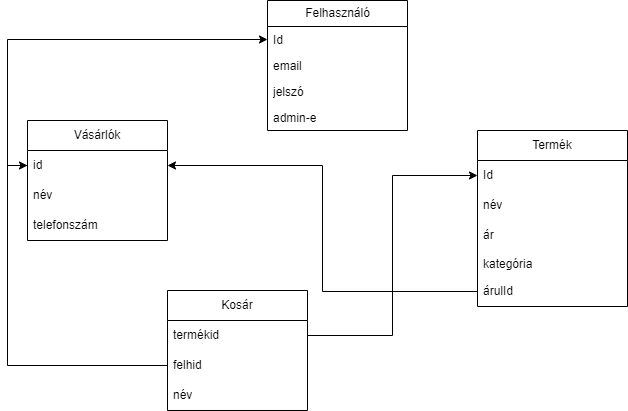
The draw.io diagram adatbazisterv.drawio.png in NoSignificantFrustration/RF1, before a commit. Source tidied: cells renumbered, new cells last; positions are measured from the earlier drawing's top-left corner, leaving out a move shared by most shapes.
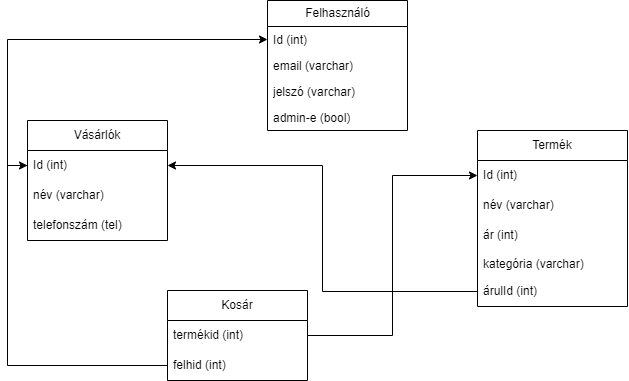
The same diagram one commit later.

Commit message:
mezőtípusok megadva

What changed in the source:
```diff
@@ -5,60 +5,57 @@
     <mxCell id="2" value="Termék" style="swimlane;fontStyle=0;horizontal=1;startSize=30;whiteSpace=wrap;html=1;" parent="1" vertex="1">
       <mxGeometry x="450" y="130" width="150" height="176" as="geometry" />
     </mxCell>
-    <mxCell id="3" value="Id" style="text;strokeColor=none;fillColor=none;align=left;verticalAlign=middle;spacingLeft=4;spacingRight=4;overflow=hidden;points=[[0,0.5],[1,0.5]];portConstraint=eastwest;whiteSpace=wrap;html=1;" parent="2" vertex="1">
+    <mxCell id="3" value="Id (int)" style="text;strokeColor=none;fillColor=none;align=left;verticalAlign=middle;spacingLeft=4;spacingRight=4;overflow=hidden;points=[[0,0.5],[1,0.5]];portConstraint=eastwest;whiteSpace=wrap;html=1;" parent="2" vertex="1">
       <mxGeometry y="30" width="150" height="30" as="geometry" />
     </mxCell>
-    <mxCell id="4" value="név" style="text;strokeColor=none;fillColor=none;align=left;verticalAlign=middle;spacingLeft=4;spacingRight=4;overflow=hidden;whiteSpace=wrap;html=1;" parent="2" vertex="1">
+    <mxCell id="4" value="név (varchar)" style="text;strokeColor=none;fillColor=none;align=left;verticalAlign=middle;spacingLeft=4;spacingRight=4;overflow=hidden;whiteSpace=wrap;html=1;" parent="2" vertex="1">
       <mxGeometry y="60" width="150" height="30" as="geometry" />
     </mxCell>
-    <mxCell id="5" value="ár" style="text;strokeColor=none;fillColor=none;align=left;verticalAlign=middle;spacingLeft=4;spacingRight=4;overflow=hidden;whiteSpace=wrap;html=1;" parent="2" vertex="1">
+    <mxCell id="5" value="ár (int)" style="text;strokeColor=none;fillColor=none;align=left;verticalAlign=middle;spacingLeft=4;spacingRight=4;overflow=hidden;whiteSpace=wrap;html=1;" parent="2" vertex="1">
       <mxGeometry y="90" width="150" height="30" as="geometry" />
     </mxCell>
-    <mxCell id="6" value="kategória" style="text;strokeColor=none;fillColor=none;align=left;verticalAlign=top;spacingLeft=4;spacingRight=4;overflow=hidden;whiteSpace=wrap;html=1;" parent="2" vertex="1">
+    <mxCell id="6" value="kategória (varchar)" style="text;strokeColor=none;fillColor=none;align=left;verticalAlign=top;spacingLeft=4;spacingRight=4;overflow=hidden;whiteSpace=wrap;html=1;" parent="2" vertex="1">
       <mxGeometry y="120" width="150" height="26" as="geometry" />
     </mxCell>
-    <mxCell id="7" value="árulId" style="text;strokeColor=none;fillColor=none;align=left;verticalAlign=middle;spacingLeft=4;spacingRight=4;overflow=hidden;points=[[0,0.5],[1,0.5]];portConstraint=eastwest;whiteSpace=wrap;html=1;" parent="2" vertex="1">
+    <mxCell id="7" value="árulId (int)" style="text;strokeColor=none;fillColor=none;align=left;verticalAlign=middle;spacingLeft=4;spacingRight=4;overflow=hidden;points=[[0,0.5],[1,0.5]];portConstraint=eastwest;whiteSpace=wrap;html=1;" parent="2" vertex="1">
       <mxGeometry y="146" width="150" height="30" as="geometry" />
     </mxCell>
     <mxCell id="8" value="Felhasználó" style="swimlane;fontStyle=0;horizontal=1;startSize=26;fillColor=none;html=1;" parent="1" vertex="1">
       <mxGeometry x="240" width="140" height="130" as="geometry" />
     </mxCell>
-    <mxCell id="9" value="Id" style="text;strokeColor=none;fillColor=none;align=left;verticalAlign=top;spacingLeft=4;spacingRight=4;overflow=hidden;points=[[0,0.5],[1,0.5]];portConstraint=eastwest;whiteSpace=wrap;html=1;" parent="8" vertex="1">
+    <mxCell id="9" value="Id (int)" style="text;strokeColor=none;fillColor=none;align=left;verticalAlign=top;spacingLeft=4;spacingRight=4;overflow=hidden;points=[[0,0.5],[1,0.5]];portConstraint=eastwest;whiteSpace=wrap;html=1;" parent="8" vertex="1">
       <mxGeometry y="26" width="140" height="26" as="geometry" />
     </mxCell>
-    <mxCell id="10" value="email" style="text;strokeColor=none;fillColor=none;align=left;verticalAlign=top;spacingLeft=4;spacingRight=4;overflow=hidden;whiteSpace=wrap;html=1;" parent="8" vertex="1">
+    <mxCell id="10" value="email (varchar)" style="text;strokeColor=none;fillColor=none;align=left;verticalAlign=top;spacingLeft=4;spacingRight=4;overflow=hidden;whiteSpace=wrap;html=1;" parent="8" vertex="1">
       <mxGeometry y="52" width="140" height="26" as="geometry" />
     </mxCell>
-    <mxCell id="11" value="jelszó" style="text;strokeColor=none;fillColor=none;align=left;verticalAlign=top;spacingLeft=4;spacingRight=4;overflow=hidden;whiteSpace=wrap;html=1;" parent="8" vertex="1">
+    <mxCell id="11" value="jelszó (varchar)" style="text;strokeColor=none;fillColor=none;align=left;verticalAlign=top;spacingLeft=4;spacingRight=4;overflow=hidden;whiteSpace=wrap;html=1;" parent="8" vertex="1">
       <mxGeometry y="78" width="140" height="26" as="geometry" />
     </mxCell>
-    <mxCell id="12" value="admin-e" style="text;strokeColor=none;fillColor=none;align=left;verticalAlign=top;spacingLeft=4;spacingRight=4;overflow=hidden;whiteSpace=wrap;html=1;" parent="8" vertex="1">
+    <mxCell id="12" value="admin-e (bool)" style="text;strokeColor=none;fillColor=none;align=left;verticalAlign=top;spacingLeft=4;spacingRight=4;overflow=hidden;whiteSpace=wrap;html=1;" parent="8" vertex="1">
       <mxGeometry y="104" width="140" height="26" as="geometry" />
     </mxCell>
     <mxCell id="13" value="Vásárlók" style="swimlane;fontStyle=0;horizontal=1;startSize=30;whiteSpace=wrap;html=1;" parent="1" vertex="1">
       <mxGeometry y="120" width="140" height="120" as="geometry" />
     </mxCell>
-    <mxCell id="14" value="id" style="text;strokeColor=none;fillColor=none;align=left;verticalAlign=middle;spacingLeft=4;spacingRight=4;overflow=hidden;points=[[0,0.5],[1,0.5]];portConstraint=eastwest;whiteSpace=wrap;html=1;" parent="13" vertex="1">
+    <mxCell id="14" value="Id (int)" style="text;strokeColor=none;fillColor=none;align=left;verticalAlign=middle;spacingLeft=4;spacingRight=4;overflow=hidden;points=[[0,0.5],[1,0.5]];portConstraint=eastwest;whiteSpace=wrap;html=1;" parent="13" vertex="1">
       <mxGeometry y="30" width="140" height="30" as="geometry" />
     </mxCell>
-    <mxCell id="15" value="név" style="text;strokeColor=none;fillColor=none;align=left;verticalAlign=middle;spacingLeft=4;spacingRight=4;overflow=hidden;whiteSpace=wrap;html=1;" parent="13" vertex="1">
+    <mxCell id="15" value="név (varchar)" style="text;strokeColor=none;fillColor=none;align=left;verticalAlign=middle;spacingLeft=4;spacingRight=4;overflow=hidden;whiteSpace=wrap;html=1;" parent="13" vertex="1">
       <mxGeometry y="60" width="140" height="30" as="geometry" />
     </mxCell>
-    <mxCell id="16" value="telefonszám" style="text;strokeColor=none;fillColor=none;align=left;verticalAlign=middle;spacingLeft=4;spacingRight=4;overflow=hidden;whiteSpace=wrap;html=1;" parent="13" vertex="1">
+    <mxCell id="16" value="telefonszám (tel)" style="text;strokeColor=none;fillColor=none;align=left;verticalAlign=middle;spacingLeft=4;spacingRight=4;overflow=hidden;whiteSpace=wrap;html=1;" parent="13" vertex="1">
       <mxGeometry y="90" width="140" height="30" as="geometry" />
     </mxCell>
     <mxCell id="17" value="Kosár" style="swimlane;fontStyle=0;horizontal=1;startSize=30;whiteSpace=wrap;html=1;" parent="1" vertex="1">
-      <mxGeometry x="140" y="290" width="140" height="120" as="geometry" />
+      <mxGeometry x="140" y="290" width="140" height="90" as="geometry" />
     </mxCell>
-    <mxCell id="18" value="termékid" style="text;strokeColor=none;fillColor=none;align=left;verticalAlign=middle;spacingLeft=4;spacingRight=4;overflow=hidden;points=[[0,0.5],[1,0.5]];portConstraint=eastwest;whiteSpace=wrap;html=1;" parent="17" vertex="1">
+    <mxCell id="18" value="termékid (int)" style="text;strokeColor=none;fillColor=none;align=left;verticalAlign=middle;spacingLeft=4;spacingRight=4;overflow=hidden;points=[[0,0.5],[1,0.5]];portConstraint=eastwest;whiteSpace=wrap;html=1;" parent="17" vertex="1">
       <mxGeometry y="30" width="140" height="30" as="geometry" />
     </mxCell>
-    <mxCell id="19" value="felhid" style="text;strokeColor=none;fillColor=none;align=left;verticalAlign=middle;spacingLeft=4;spacingRight=4;overflow=hidden;points=[[0,0.5],[1,0.5]];portConstraint=eastwest;whiteSpace=wrap;html=1;" parent="17" vertex="1">
+    <mxCell id="19" value="felhid (int)" style="text;strokeColor=none;fillColor=none;align=left;verticalAlign=middle;spacingLeft=4;spacingRight=4;overflow=hidden;points=[[0,0.5],[1,0.5]];portConstraint=eastwest;whiteSpace=wrap;html=1;" parent="17" vertex="1">
       <mxGeometry y="60" width="140" height="30" as="geometry" />
     </mxCell>
-    <mxCell id="20" value="név" style="text;strokeColor=none;fillColor=none;align=left;verticalAlign=middle;spacingLeft=4;spacingRight=4;overflow=hidden;whiteSpace=wrap;html=1;" parent="17" vertex="1">
-      <mxGeometry y="90" width="140" height="30" as="geometry" />
-    </mxCell>
     <mxCell id="21" style="edgeStyle=orthogonalEdgeStyle;rounded=0;jettySize=auto;html=1;entryX=0;entryY=0.5;entryDx=0;entryDy=0;" parent="1" edge="1" source="18" target="3">
       <mxGeometry relative="1" as="geometry" />
     </mxCell>
```
